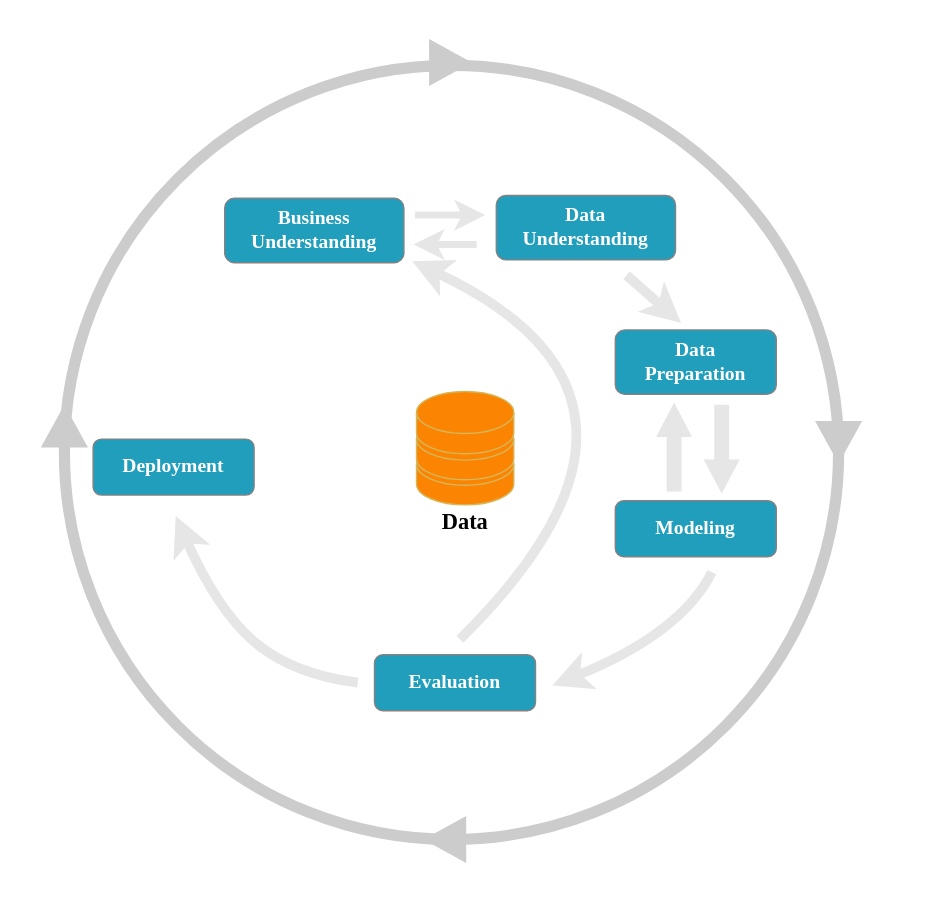
Earlier version of the draw.io export img/ch-data-science/data-science-lifecycle.svg (godaai/scale-py-zh). Source tidied: cells renumbered, new cells last; positions are measured from the earlier drawing's top-left corner, leaving out a move shared by most shapes. Source of this version:
```xml
<mxGraphModel>
  <root>
    <mxCell id="0" />
    <mxCell id="1" parent="0" />
    <mxCell id="2" style="rounded=0;whiteSpace=wrap;html=1;strokeColor=none;fillColor=none;" parent="1" vertex="1">
      <mxGeometry width="669" height="648" as="geometry" />
    </mxCell>
    <mxCell id="3" style="ellipse;whiteSpace=wrap;html=1;horizontal=1;strokeWidth=8;strokeColor=#CCCCCC;" parent="1" vertex="1">
      <mxGeometry x="45.5" y="46" width="553" height="553" as="geometry" />
    </mxCell>
    <mxCell id="4" style="shape=cylinder3;whiteSpace=wrap;html=1;boundedLbl=1;backgroundOutline=1;size=15;fillColor=#FB8402;strokeColor=#d6b656;" parent="1" vertex="1">
      <mxGeometry x="297" y="316" width="69.5" height="44" as="geometry" />
    </mxCell>
    <mxCell id="5" style="shape=cylinder3;whiteSpace=wrap;html=1;boundedLbl=1;backgroundOutline=1;size=15;fillColor=#FB8402;strokeColor=#d6b656;" parent="1" vertex="1">
      <mxGeometry x="297" y="298" width="69.5" height="44" as="geometry" />
    </mxCell>
    <mxCell id="6" style="shape=cylinder3;whiteSpace=wrap;html=1;boundedLbl=1;backgroundOutline=1;size=15;fillColor=#FB8402;strokeColor=#d6b656;" parent="1" vertex="1">
      <mxGeometry x="297" y="279" width="69.5" height="44.5" as="geometry" />
    </mxCell>
    <mxCell id="7" value="&lt;b&gt;&lt;font face=&quot;Verdana&quot; style=&quot;font-size: 16px;&quot;&gt;Data&lt;/font&gt;&lt;/b&gt;" style="text;html=1;align=center;verticalAlign=middle;whiteSpace=wrap;rounded=0;" parent="1" vertex="1">
      <mxGeometry x="301.8" y="357" width="60" height="30" as="geometry" />
    </mxCell>
    <mxCell id="8" value="&lt;font color=&quot;#ffffff&quot; face=&quot;Verdana&quot; style=&quot;font-size: 14px;&quot;&gt;&lt;b&gt;Evaluation&lt;/b&gt;&lt;/font&gt;" style="rounded=1;whiteSpace=wrap;html=1;strokeColor=#838181;fillColor=#219EBC;" parent="1" vertex="1">
      <mxGeometry x="267" y="467" width="115" height="40" as="geometry" />
    </mxCell>
    <mxCell id="9" value="&lt;font color=&quot;#ffffff&quot; face=&quot;Verdana&quot; style=&quot;font-size: 14px;&quot;&gt;&lt;b&gt;Modeling&lt;/b&gt;&lt;/font&gt;" style="rounded=1;whiteSpace=wrap;html=1;strokeColor=#838181;fillColor=#219EBC;" parent="1" vertex="1">
      <mxGeometry x="439" y="357" width="115" height="40" as="geometry" />
    </mxCell>
    <mxCell id="10" value="&lt;font color=&quot;#ffffff&quot; face=&quot;Verdana&quot; style=&quot;font-size: 14px;&quot;&gt;&lt;b&gt;Data&lt;/b&gt;&lt;/font&gt;&lt;div&gt;&lt;font color=&quot;#ffffff&quot; face=&quot;Verdana&quot; style=&quot;font-size: 14px;&quot;&gt;&lt;b&gt;Preparation&lt;/b&gt;&lt;/font&gt;&lt;/div&gt;" style="rounded=1;whiteSpace=wrap;html=1;strokeColor=#838181;fillColor=#219EBC;" parent="1" vertex="1">
      <mxGeometry x="439" y="235" width="115" height="46" as="geometry" />
    </mxCell>
    <mxCell id="11" value="&lt;font color=&quot;#ffffff&quot; face=&quot;Verdana&quot; style=&quot;font-size: 14px;&quot;&gt;&lt;b&gt;Data&lt;/b&gt;&lt;/font&gt;&lt;div&gt;&lt;font face=&quot;Verdana&quot; color=&quot;#ffffff&quot;&gt;&lt;span style=&quot;font-size: 14px;&quot;&gt;&lt;b&gt;Understanding&lt;/b&gt;&lt;/span&gt;&lt;/font&gt;&lt;/div&gt;" style="rounded=1;whiteSpace=wrap;html=1;strokeColor=#838181;fillColor=#219EBC;" parent="1" vertex="1">
      <mxGeometry x="354" y="139" width="128" height="46" as="geometry" />
    </mxCell>
    <mxCell id="12" value="&lt;font face=&quot;Verdana&quot; color=&quot;#ffffff&quot;&gt;&lt;span style=&quot;font-size: 14px;&quot;&gt;&lt;b&gt;Business&lt;/b&gt;&lt;/span&gt;&lt;/font&gt;&lt;br&gt;&lt;div&gt;&lt;font face=&quot;Verdana&quot; color=&quot;#ffffff&quot;&gt;&lt;span style=&quot;font-size: 14px;&quot;&gt;&lt;b&gt;Understanding&lt;/b&gt;&lt;/span&gt;&lt;/font&gt;&lt;/div&gt;" style="rounded=1;whiteSpace=wrap;html=1;strokeColor=#838181;fillColor=#219EBC;" parent="1" vertex="1">
      <mxGeometry x="160" y="141" width="128" height="46" as="geometry" />
    </mxCell>
    <mxCell id="13" value="&lt;font color=&quot;#ffffff&quot; face=&quot;Verdana&quot; style=&quot;font-size: 14px;&quot;&gt;&lt;b&gt;Deployment&lt;/b&gt;&lt;/font&gt;" style="rounded=1;whiteSpace=wrap;html=1;strokeColor=#838181;fillColor=#219EBC;" parent="1" vertex="1">
      <mxGeometry x="66" y="313" width="115" height="40" as="geometry" />
    </mxCell>
    <mxCell id="14" style="html=1;shadow=0;dashed=0;align=center;verticalAlign=middle;shape=mxgraph.arrows2.arrow;dy=0.52;dx=29;notch=0;rotation=-90;strokeColor=#CCCCCC;fillColor=#CCCCCC;" parent="1" vertex="1">
      <mxGeometry x="31" y="288" width="29" height="32" as="geometry" />
    </mxCell>
    <mxCell id="15" style="html=1;shadow=0;dashed=0;align=center;verticalAlign=middle;shape=mxgraph.arrows2.arrow;dy=0.52;dx=29;notch=0;rotation=-180;strokeColor=#CCCCCC;fillColor=#CCCCCC;" parent="1" vertex="1">
      <mxGeometry x="303" y="583" width="29" height="32" as="geometry" />
    </mxCell>
    <mxCell id="16" style="html=1;shadow=0;dashed=0;align=center;verticalAlign=middle;shape=mxgraph.arrows2.arrow;dy=0.52;dx=29;notch=0;rotation=0;strokeColor=#CCCCCC;fillColor=#CCCCCC;" parent="1" vertex="1">
      <mxGeometry x="306.5" y="28" width="29" height="32" as="geometry" />
    </mxCell>
    <mxCell id="17" style="html=1;shadow=0;dashed=0;align=center;verticalAlign=middle;shape=mxgraph.arrows2.arrow;dy=0.52;dx=29;notch=0;rotation=90;strokeColor=#CCCCCC;fillColor=#CCCCCC;" parent="1" vertex="1">
      <mxGeometry x="584" y="299" width="29" height="32" as="geometry" />
    </mxCell>
    <mxCell id="18" style="html=1;shadow=0;dashed=0;align=center;verticalAlign=middle;shape=mxgraph.arrows2.arrow;dy=0.6;dx=22.92;direction=south;notch=0;fillStyle=auto;fillColor=#E6E6E6;strokeColor=#E6E6E6;" parent="1" vertex="1">
      <mxGeometry x="503" y="289" width="24" height="62" as="geometry" />
    </mxCell>
    <mxCell id="19" style="html=1;shadow=0;dashed=0;align=center;verticalAlign=middle;shape=mxgraph.arrows2.arrow;dy=0.6;dx=22.92;direction=south;notch=0;fillStyle=auto;fillColor=#E6E6E6;strokeColor=#E6E6E6;rotation=-180;" parent="1" vertex="1">
      <mxGeometry x="469" y="288" width="24" height="62" as="geometry" />
    </mxCell>
    <mxCell id="20" style="curved=1;endArrow=classic;html=1;rounded=0;strokeWidth=7;targetPerimeterSpacing=1;startArrow=none;startFill=0;strokeColor=#E6E6E6;" parent="1" edge="1">
      <mxGeometry relative="1" as="geometry">
        <mxPoint x="508" y="408" as="sourcePoint" />
        <mxPoint x="394" y="489" as="targetPoint" />
        <Array as="points">
          <mxPoint x="486" y="452" />
        </Array>
      </mxGeometry>
    </mxCell>
    <mxCell id="21" style="curved=1;endArrow=classic;html=1;rounded=0;strokeWidth=7;targetPerimeterSpacing=1;startArrow=none;startFill=0;strokeColor=#E6E6E6;" parent="1" edge="1">
      <mxGeometry relative="1" as="geometry">
        <mxPoint x="255" y="487" as="sourcePoint" />
        <mxPoint x="125" y="368" as="targetPoint" />
        <Array as="points">
          <mxPoint x="209" y="481" />
          <mxPoint x="155" y="436" />
        </Array>
      </mxGeometry>
    </mxCell>
    <mxCell id="22" style="curved=1;endArrow=classic;html=1;rounded=0;strokeWidth=7;targetPerimeterSpacing=1;startArrow=none;startFill=0;strokeColor=#E6E6E6;" parent="1" edge="1">
      <mxGeometry relative="1" as="geometry">
        <mxPoint x="328" y="456" as="sourcePoint" />
        <mxPoint x="294" y="186" as="targetPoint" />
        <Array as="points">
          <mxPoint x="503" y="283.5" />
        </Array>
      </mxGeometry>
    </mxCell>
    <mxCell id="23" style="curved=1;endArrow=classic;html=1;rounded=0;strokeWidth=7;targetPerimeterSpacing=1;startArrow=none;startFill=0;strokeColor=#E6E6E6;" parent="1" edge="1">
      <mxGeometry relative="1" as="geometry">
        <mxPoint x="447" y="196" as="sourcePoint" />
        <mxPoint x="486" y="230" as="targetPoint" />
      </mxGeometry>
    </mxCell>
    <mxCell id="24" style="curved=1;endArrow=classic;html=1;rounded=0;strokeWidth=5;targetPerimeterSpacing=1;startArrow=none;startFill=0;strokeColor=#E6E6E6;" parent="1" edge="1">
      <mxGeometry relative="1" as="geometry">
        <mxPoint x="296" y="153" as="sourcePoint" />
        <mxPoint x="346" y="153" as="targetPoint" />
      </mxGeometry>
    </mxCell>
    <mxCell id="25" style="curved=1;endArrow=classic;html=1;rounded=0;strokeWidth=5;targetPerimeterSpacing=1;startArrow=none;startFill=0;strokeColor=#E6E6E6;" parent="1" edge="1">
      <mxGeometry relative="1" as="geometry">
        <mxPoint x="340" y="174" as="sourcePoint" />
        <mxPoint x="295" y="174" as="targetPoint" />
      </mxGeometry>
    </mxCell>
  </root>
</mxGraphModel>
```
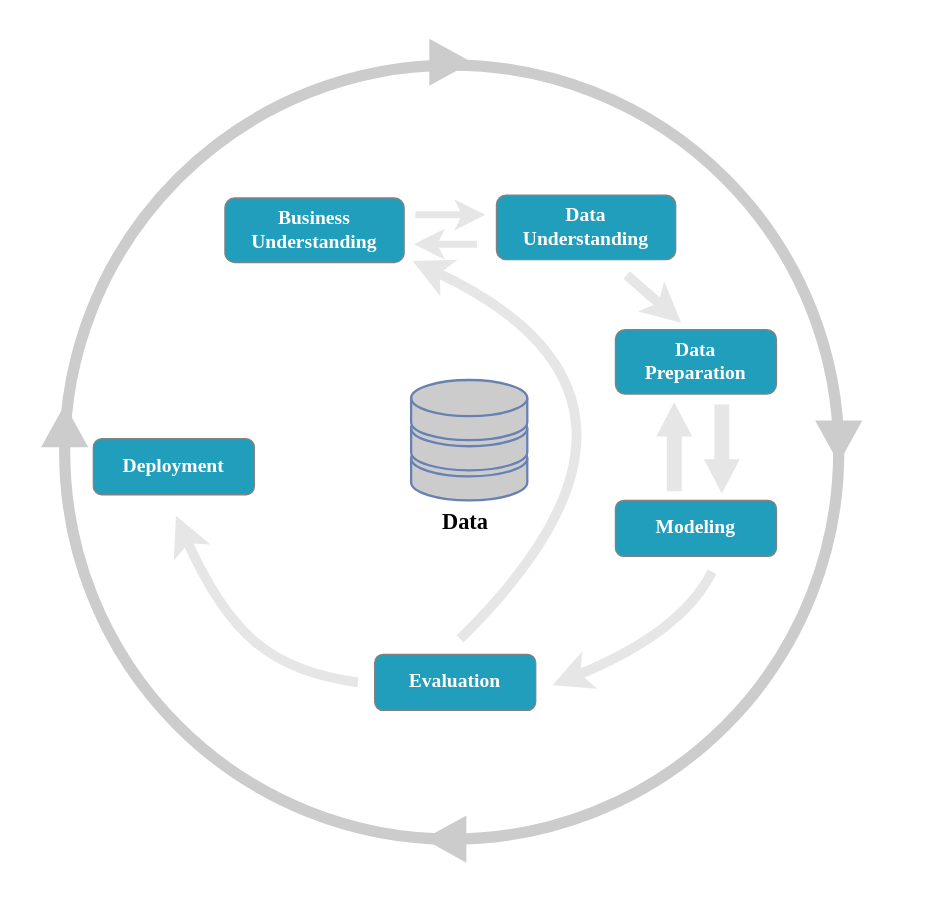
The same file after the commit.

The edit, as a diff of the source:
```diff
@@ -8,15 +8,6 @@
     <mxCell id="3" style="ellipse;whiteSpace=wrap;html=1;horizontal=1;strokeWidth=8;strokeColor=#CCCCCC;" parent="1" vertex="1">
       <mxGeometry x="45.5" y="46" width="553" height="553" as="geometry" />
     </mxCell>
-    <mxCell id="4" style="shape=cylinder3;whiteSpace=wrap;html=1;boundedLbl=1;backgroundOutline=1;size=15;fillColor=#FB8402;strokeColor=#d6b656;" parent="1" vertex="1">
-      <mxGeometry x="297" y="316" width="69.5" height="44" as="geometry" />
-    </mxCell>
-    <mxCell id="5" style="shape=cylinder3;whiteSpace=wrap;html=1;boundedLbl=1;backgroundOutline=1;size=15;fillColor=#FB8402;strokeColor=#d6b656;" parent="1" vertex="1">
-      <mxGeometry x="297" y="298" width="69.5" height="44" as="geometry" />
-    </mxCell>
-    <mxCell id="6" style="shape=cylinder3;whiteSpace=wrap;html=1;boundedLbl=1;backgroundOutline=1;size=15;fillColor=#FB8402;strokeColor=#d6b656;" parent="1" vertex="1">
-      <mxGeometry x="297" y="279" width="69.5" height="44.5" as="geometry" />
-    </mxCell>
     <mxCell id="7" value="&lt;b&gt;&lt;font face=&quot;Verdana&quot; style=&quot;font-size: 16px;&quot;&gt;Data&lt;/font&gt;&lt;/b&gt;" style="text;html=1;align=center;verticalAlign=middle;whiteSpace=wrap;rounded=0;" parent="1" vertex="1">
       <mxGeometry x="301.8" y="357" width="60" height="30" as="geometry" />
     </mxCell>
@@ -102,5 +93,8 @@
         <mxPoint x="295" y="174" as="targetPoint" />
       </mxGeometry>
     </mxCell>
+    <mxCell id="26" style="fontColor=#0066CC;verticalAlign=top;verticalLabelPosition=bottom;labelPosition=center;align=center;html=1;fillColor=#CCCCCC;strokeColor=#6881B3;gradientColor=none;gradientDirection=north;strokeWidth=2;shape=mxgraph.networks.storage;" parent="1" vertex="1">
+      <mxGeometry x="293" y="271" width="83" height="86" as="geometry" />
+    </mxCell>
   </root>
 </mxGraphModel>
```
